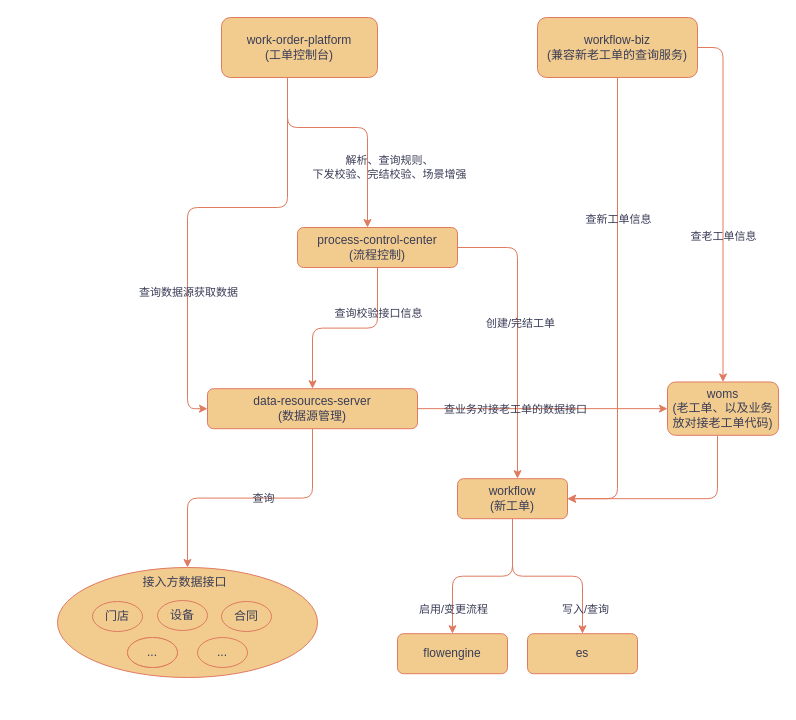
Earlier version of the draw.io diagram 工单架构.drawio (330129161/draw.io). Source tidied: cells renumbered, new cells numbered last; positions are measured from the earlier drawing's top-left corner, leaving out a move shared by most shapes. Both pictures are drawn from the tidied source at 100%, with x=0, y=0 at pixel (57, 17).
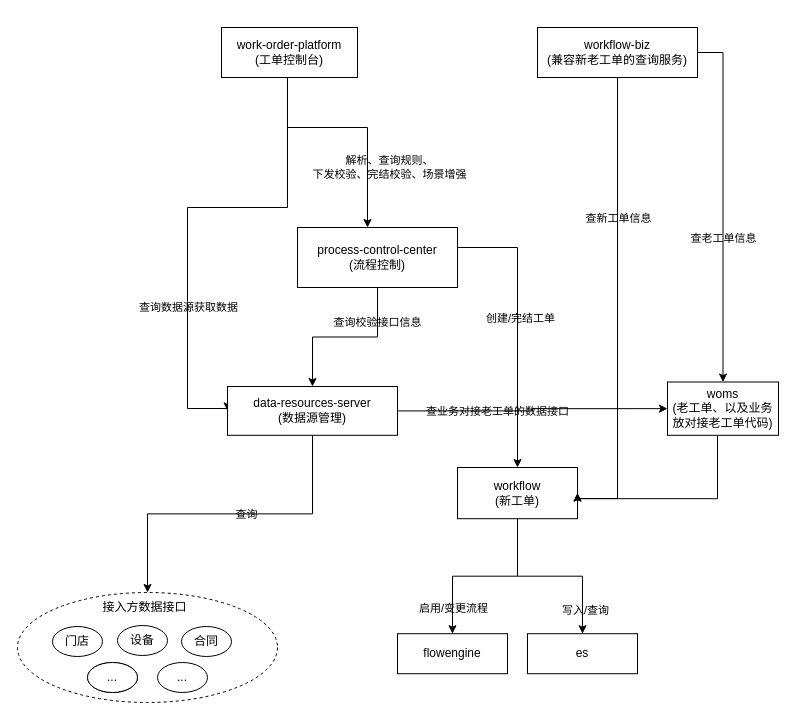
After the change.

Commit message (it also covers changes not shown here):
更新工单架构.drawio

Diff of the diagram source:
```diff
@@
-    <mxCell id="2" style="edgeStyle=orthogonalEdgeStyle;rounded=1;jettySize=auto;html=1;labelBackgroundColor=none;fontColor=default;strokeColor=#E07A5F;" parent="1" edge="1" source="6" target="11">
+    <mxCell id="2" style="edgeStyle=orthogonalEdgeStyle;rounded=0;jettySize=auto;html=1;labelBackgroundColor=none;fontColor=default;" parent="1" edge="1" source="6" target="11">
       <mxGeometry relative="1" as="geometry">
         <Array as="points">
           <mxPoint x="230" y="110" />
           <mxPoint x="310" y="110" />
         </Array>
       </mxGeometry>
     </mxCell>
-    <mxCell id="3" value="解析、查询规则、&lt;br&gt;下发校验、完结校验、场景增强" style="edgeLabel;html=1;align=center;verticalAlign=middle;labelBackgroundColor=none;rounded=1;fontColor=#393C56;" parent="2" vertex="1">
+    <mxCell id="3" value="解析、查询规则、&lt;br&gt;下发校验、完结校验、场景增强" style="edgeLabel;html=1;align=center;verticalAlign=middle;labelBackgroundColor=none;rounded=0;" parent="2" vertex="1">
       <mxGeometry x="0.26" y="-1" relative="1" as="geometry">
         <mxPoint x="22" y="24" as="offset" />
       </mxGeometry>
     </mxCell>
-    <mxCell id="4" style="edgeStyle=orthogonalEdgeStyle;rounded=1;jettySize=auto;html=1;entryX=0;entryY=0.5;entryDx=0;entryDy=0;labelBackgroundColor=none;fontColor=default;strokeColor=#E07A5F;" parent="1" edge="1" source="6" target="16">
+    <mxCell id="4" style="edgeStyle=orthogonalEdgeStyle;rounded=0;jettySize=auto;html=1;entryX=0;entryY=0.5;entryDx=0;entryDy=0;labelBackgroundColor=none;fontColor=default;" parent="1" edge="1" source="6" target="16">
       <mxGeometry relative="1" as="geometry">
         <Array as="points">
           <mxPoint x="230" y="190" />
           <mxPoint x="130" y="190" />
           <mxPoint x="130" y="391" />
         </Array>
       </mxGeometry>
     </mxCell>
-    <mxCell id="5" value="查询数据源获取数据" style="edgeLabel;html=1;align=center;verticalAlign=middle;labelBackgroundColor=none;rounded=1;fontColor=#393C56;" parent="4" vertex="1">
+    <mxCell id="5" value="查询数据源获取数据" style="edgeLabel;html=1;align=center;verticalAlign=middle;labelBackgroundColor=none;rounded=0;" parent="4" vertex="1">
       <mxGeometry x="0.39" relative="1" as="geometry" />
     </mxCell>
-    <mxCell id="6" value="work-order-platform&lt;br&gt;(工单控制台)" style="rounded=1;whiteSpace=wrap;html=1;labelBackgroundColor=none;fillColor=#F2CC8F;strokeColor=#E07A5F;fontColor=#393C56;" parent="1" vertex="1">
-      <mxGeometry x="164" width="156" height="60" as="geometry" />
+    <mxCell id="6" value="work-order-platform&lt;br&gt;(工单控制台)" style="rounded=0;whiteSpace=wrap;html=1;labelBackgroundColor=none;" parent="1" vertex="1">
+      <mxGeometry x="164" y="10" width="136" height="50" as="geometry" />
     </mxCell>
-    <mxCell id="7" style="edgeStyle=orthogonalEdgeStyle;rounded=1;jettySize=auto;html=1;entryX=0.5;entryY=0;entryDx=0;entryDy=0;labelBackgroundColor=none;fontColor=default;strokeColor=#E07A5F;" parent="1" edge="1" source="11" target="16">
+    <mxCell id="7" style="edgeStyle=orthogonalEdgeStyle;rounded=0;jettySize=auto;html=1;entryX=0.5;entryY=0;entryDx=0;entryDy=0;labelBackgroundColor=none;fontColor=default;" parent="1" edge="1" source="11" target="16">
       <mxGeometry relative="1" as="geometry" />
     </mxCell>
-    <mxCell id="8" value="查询校验接口信息" style="edgeLabel;html=1;align=center;verticalAlign=middle;labelBackgroundColor=none;rounded=1;fontColor=#393C56;" parent="7" vertex="1">
+    <mxCell id="8" value="查询校验接口信息" style="edgeLabel;html=1;align=center;verticalAlign=middle;labelBackgroundColor=none;rounded=0;" parent="7" vertex="1">
       <mxGeometry x="-0.1" y="1" relative="1" as="geometry">
         <mxPoint x="24" y="-16" as="offset" />
       </mxGeometry>
     </mxCell>
-    <mxCell id="9" style="edgeStyle=orthogonalEdgeStyle;rounded=1;jettySize=auto;html=1;labelBackgroundColor=none;fontColor=default;strokeColor=#E07A5F;" parent="1" edge="1" source="11" target="21">
+    <mxCell id="9" style="edgeStyle=orthogonalEdgeStyle;rounded=0;jettySize=auto;html=1;labelBackgroundColor=none;fontColor=default;" parent="1" edge="1" source="11" target="21">
       <mxGeometry relative="1" as="geometry">
         <Array as="points">
           <mxPoint x="460" y="230" />
         </Array>
       </mxGeometry>
     </mxCell>
-    <mxCell id="10" value="创建/完结工单" style="edgeLabel;html=1;align=center;verticalAlign=middle;labelBackgroundColor=none;rounded=1;fontColor=#393C56;" parent="9" vertex="1">
+    <mxCell id="10" value="创建/完结工单" style="edgeLabel;html=1;align=center;verticalAlign=middle;labelBackgroundColor=none;rounded=0;" parent="9" vertex="1">
       <mxGeometry x="-0.07" y="2" relative="1" as="geometry" />
     </mxCell>
-    <mxCell id="11" value="process-control-center&lt;br&gt;(流程控制)" style="rounded=1;whiteSpace=wrap;html=1;labelBackgroundColor=none;fillColor=#F2CC8F;strokeColor=#E07A5F;fontColor=#393C56;" parent="1" vertex="1">
-      <mxGeometry x="240" y="210" width="160" height="40" as="geometry" />
+    <mxCell id="11" value="process-control-center&lt;br&gt;(流程控制)" style="rounded=0;whiteSpace=wrap;html=1;labelBackgroundColor=none;" parent="1" vertex="1">
+      <mxGeometry x="240" y="210" width="160" height="60" as="geometry" />
     </mxCell>
-    <mxCell id="12" style="edgeStyle=orthogonalEdgeStyle;rounded=1;jettySize=auto;html=1;entryX=0.5;entryY=0;entryDx=0;entryDy=0;labelBackgroundColor=none;fontColor=default;strokeColor=#E07A5F;" parent="1" edge="1" source="16" target="31">
+    <mxCell id="12" style="edgeStyle=orthogonalEdgeStyle;rounded=0;jettySize=auto;html=1;entryX=0.5;entryY=0;entryDx=0;entryDy=0;labelBackgroundColor=none;fontColor=default;" parent="1" edge="1" source="16" target="31">
       <mxGeometry relative="1" as="geometry" />
     </mxCell>
-    <mxCell id="13" value="查询" style="edgeLabel;html=1;align=center;verticalAlign=middle;labelBackgroundColor=none;rounded=1;fontColor=#393C56;" parent="12" vertex="1">
+    <mxCell id="13" value="查询" style="edgeLabel;html=1;align=center;verticalAlign=middle;labelBackgroundColor=none;rounded=0;" parent="12" vertex="1">
       <mxGeometry x="-0.1" y="4" relative="1" as="geometry">
         <mxPoint y="-4" as="offset" />
       </mxGeometry>
     </mxCell>
-    <mxCell id="14" style="edgeStyle=orthogonalEdgeStyle;rounded=1;jettySize=auto;html=1;entryX=0;entryY=0.5;entryDx=0;entryDy=0;labelBackgroundColor=none;fontColor=default;strokeColor=#E07A5F;" parent="1" edge="1" source="16" target="28">
+    <mxCell id="14" style="edgeStyle=orthogonalEdgeStyle;rounded=0;jettySize=auto;html=1;entryX=0;entryY=0.5;entryDx=0;entryDy=0;labelBackgroundColor=none;fontColor=default;" parent="1" edge="1" source="16" target="28">
       <mxGeometry relative="1" as="geometry" />
     </mxCell>
-    <mxCell id="15" value="查业务对接老工单的数据接口" style="edgeLabel;html=1;align=center;verticalAlign=middle;labelBackgroundColor=none;rounded=1;fontColor=#393C56;" parent="14" vertex="1">
+    <mxCell id="15" value="查业务对接老工单的数据接口" style="edgeLabel;html=1;align=center;verticalAlign=middle;labelBackgroundColor=none;rounded=0;" parent="14" vertex="1">
       <mxGeometry x="-0.74" y="1" relative="1" as="geometry">
         <mxPoint x="64" y="1" as="offset" />
       </mxGeometry>
     </mxCell>
-    <mxCell id="16" value="data-resources-server&lt;br&gt;(数据源管理)" style="rounded=1;whiteSpace=wrap;html=1;labelBackgroundColor=none;fillColor=#F2CC8F;strokeColor=#E07A5F;fontColor=#393C56;" parent="1" vertex="1">
-      <mxGeometry x="150" y="371.2" width="210" height="40" as="geometry" />
+    <mxCell id="16" value="data-resources-server&lt;br&gt;(数据源管理)" style="rounded=0;whiteSpace=wrap;html=1;labelBackgroundColor=none;" parent="1" vertex="1">
+      <mxGeometry x="170" y="369" width="170" height="48.8" as="geometry" />
     </mxCell>
-    <mxCell id="17" style="edgeStyle=orthogonalEdgeStyle;rounded=1;jettySize=auto;html=1;entryX=0.5;entryY=0;entryDx=0;entryDy=0;labelBackgroundColor=none;fontColor=default;strokeColor=#E07A5F;" parent="1" edge="1" source="21" target="29">
+    <mxCell id="17" style="edgeStyle=orthogonalEdgeStyle;rounded=0;jettySize=auto;html=1;entryX=0.5;entryY=0;entryDx=0;entryDy=0;labelBackgroundColor=none;fontColor=default;" parent="1" edge="1" source="21" target="29">
       <mxGeometry relative="1" as="geometry" />
     </mxCell>
-    <mxCell id="18" value="启用/变更流程" style="edgeLabel;html=1;align=center;verticalAlign=middle;labelBackgroundColor=none;rounded=1;fontColor=#393C56;" parent="17" vertex="1">
+    <mxCell id="18" value="启用/变更流程" style="edgeLabel;html=1;align=center;verticalAlign=middle;labelBackgroundColor=none;rounded=0;" parent="17" vertex="1">
       <mxGeometry x="0.55" y="-1" relative="1" as="geometry">
         <mxPoint x="1" y="14" as="offset" />
       </mxGeometry>
     </mxCell>
-    <mxCell id="19" style="edgeStyle=orthogonalEdgeStyle;rounded=1;jettySize=auto;html=1;labelBackgroundColor=none;fontColor=default;strokeColor=#E07A5F;" parent="1" edge="1" source="21" target="30">
+    <mxCell id="19" style="edgeStyle=orthogonalEdgeStyle;rounded=0;jettySize=auto;html=1;labelBackgroundColor=none;fontColor=default;" parent="1" edge="1" source="21" target="30">
       <mxGeometry relative="1" as="geometry" />
     </mxCell>
-    <mxCell id="20" value="写入/查询" style="edgeLabel;html=1;align=center;verticalAlign=middle;labelBackgroundColor=none;rounded=1;fontColor=#393C56;" parent="19" vertex="1">
+    <mxCell id="20" value="写入/查询" style="edgeLabel;html=1;align=center;verticalAlign=middle;labelBackgroundColor=none;rounded=0;" parent="19" vertex="1">
       <mxGeometry x="0.73" y="2" relative="1" as="geometry" />
     </mxCell>
-    <mxCell id="21" value="workflow&lt;br&gt;(新工单)" style="rounded=1;whiteSpace=wrap;html=1;labelBackgroundColor=none;fillColor=#F2CC8F;strokeColor=#E07A5F;fontColor=#393C56;" parent="1" vertex="1">
-      <mxGeometry x="400" y="461.2" width="110" height="40" as="geometry" />
+    <mxCell id="21" value="workflow&lt;br&gt;(新工单)" style="rounded=0;whiteSpace=wrap;html=1;labelBackgroundColor=none;" parent="1" vertex="1">
+      <mxGeometry x="400" y="450" width="120" height="51.2" as="geometry" />
     </mxCell>
-    <mxCell id="22" style="edgeStyle=orthogonalEdgeStyle;rounded=1;jettySize=auto;html=1;entryX=1;entryY=0.5;entryDx=0;entryDy=0;labelBackgroundColor=none;fontColor=default;strokeColor=#E07A5F;" parent="1" edge="1" source="26" target="21">
+    <mxCell id="22" style="edgeStyle=orthogonalEdgeStyle;rounded=0;jettySize=auto;html=1;entryX=1;entryY=0.5;entryDx=0;entryDy=0;labelBackgroundColor=none;fontColor=default;" parent="1" edge="1" source="26" target="21">
       <mxGeometry relative="1" as="geometry">
         <Array as="points">
           <mxPoint x="560" y="481" />
         </Array>
       </mxGeometry>
     </mxCell>
-    <mxCell id="23" value="查新工单信息" style="edgeLabel;html=1;align=center;verticalAlign=middle;labelBackgroundColor=none;rounded=1;fontColor=#393C56;" parent="22" vertex="1">
+    <mxCell id="23" value="查新工单信息" style="edgeLabel;html=1;align=center;verticalAlign=middle;labelBackgroundColor=none;rounded=0;" parent="22" vertex="1">
       <mxGeometry x="-0.4" relative="1" as="geometry" />
     </mxCell>
-    <mxCell id="24" style="edgeStyle=orthogonalEdgeStyle;rounded=1;jettySize=auto;html=1;entryX=0.5;entryY=0;entryDx=0;entryDy=0;exitX=1;exitY=0.5;exitDx=0;exitDy=0;labelBackgroundColor=none;fontColor=default;strokeColor=#E07A5F;" parent="1" edge="1" source="26" target="28">
+    <mxCell id="24" style="edgeStyle=orthogonalEdgeStyle;rounded=0;jettySize=auto;html=1;entryX=0.5;entryY=0;entryDx=0;entryDy=0;exitX=1;exitY=0.5;exitDx=0;exitDy=0;labelBackgroundColor=none;fontColor=default;" parent="1" edge="1" source="26" target="28">
       <mxGeometry relative="1" as="geometry" />
     </mxCell>
-    <mxCell id="25" value="查老工单信息" style="edgeLabel;html=1;align=center;verticalAlign=middle;labelBackgroundColor=none;rounded=1;fontColor=#393C56;" parent="24" vertex="1">
+    <mxCell id="25" value="查老工单信息" style="edgeLabel;html=1;align=center;verticalAlign=middle;labelBackgroundColor=none;rounded=0;" parent="24" vertex="1">
       <mxGeometry x="0.19" relative="1" as="geometry" />
     </mxCell>
-    <mxCell id="26" value="workflow-biz&lt;br&gt;(兼容新老工单的查询服务)" style="rounded=1;whiteSpace=wrap;html=1;labelBackgroundColor=none;fillColor=#F2CC8F;strokeColor=#E07A5F;fontColor=#393C56;" parent="1" vertex="1">
-      <mxGeometry x="480" width="160" height="60" as="geometry" />
+    <mxCell id="26" value="workflow-biz&lt;br&gt;(兼容新老工单的查询服务)" style="rounded=0;whiteSpace=wrap;html=1;labelBackgroundColor=none;" parent="1" vertex="1">
+      <mxGeometry x="480" y="10" width="160" height="50" as="geometry" />
     </mxCell>
-    <mxCell id="27" style="edgeStyle=orthogonalEdgeStyle;rounded=1;jettySize=auto;html=1;entryX=1;entryY=0.5;entryDx=0;entryDy=0;labelBackgroundColor=none;fontColor=default;strokeColor=#E07A5F;" parent="1" edge="1" source="28" target="21">
+    <mxCell id="27" style="edgeStyle=orthogonalEdgeStyle;rounded=0;jettySize=auto;html=1;entryX=1;entryY=0.5;entryDx=0;entryDy=0;labelBackgroundColor=none;fontColor=default;" parent="1" edge="1" source="28" target="21">
       <mxGeometry relative="1" as="geometry">
         <Array as="points">
           <mxPoint x="660" y="481.2" />
         </Array>
       </mxGeometry>
     </mxCell>
-    <mxCell id="28" value="woms&lt;br&gt;(老工单、以及业务放对接老工单代码)" style="rounded=1;whiteSpace=wrap;html=1;labelBackgroundColor=none;fillColor=#F2CC8F;strokeColor=#E07A5F;fontColor=#393C56;" parent="1" vertex="1">
+    <mxCell id="28" value="woms&lt;br&gt;(老工单、以及业务放对接老工单代码)" style="rounded=0;whiteSpace=wrap;html=1;labelBackgroundColor=none;" parent="1" vertex="1">
       <mxGeometry x="610" y="364.5" width="111" height="53.3" as="geometry" />
     </mxCell>
-    <mxCell id="29" value="flowengine" style="rounded=1;whiteSpace=wrap;html=1;labelBackgroundColor=none;fillColor=#F2CC8F;strokeColor=#E07A5F;fontColor=#393C56;" parent="1" vertex="1">
+    <mxCell id="29" value="flowengine" style="rounded=0;whiteSpace=wrap;html=1;labelBackgroundColor=none;" parent="1" vertex="1">
       <mxGeometry x="340" y="616.2" width="110" height="40" as="geometry" />
     </mxCell>
-    <mxCell id="30" value="es" style="rounded=1;whiteSpace=wrap;html=1;labelBackgroundColor=none;fillColor=#F2CC8F;strokeColor=#E07A5F;fontColor=#393C56;" parent="1" vertex="1">
+    <mxCell id="30" value="es" style="rounded=0;whiteSpace=wrap;html=1;labelBackgroundColor=none;" parent="1" vertex="1">
       <mxGeometry x="470" y="616.2" width="110" height="40" as="geometry" />
     </mxCell>
-    <mxCell id="31" style="ellipse;whiteSpace=wrap;html=1;labelBackgroundColor=none;rounded=1;fillColor=#F2CC8F;strokeColor=#E07A5F;fontColor=#393C56;" parent="1" vertex="1">
-      <mxGeometry y="550" width="260" height="110" as="geometry" />
+    <mxCell id="31" style="ellipse;whiteSpace=wrap;html=1;labelBackgroundColor=none;rounded=0;dashed=1;" parent="1" vertex="1">
+      <mxGeometry x="-40" y="575" width="260" height="110" as="geometry" />
     </mxCell>
-    <mxCell id="32" value="门店" style="ellipse;whiteSpace=wrap;html=1;labelBackgroundColor=none;rounded=1;fillColor=#F2CC8F;strokeColor=#E07A5F;fontColor=#393C56;" parent="1" vertex="1">
-      <mxGeometry x="35" y="584" width="50" height="30" as="geometry" />
+    <mxCell id="32" value="门店" style="ellipse;whiteSpace=wrap;html=1;labelBackgroundColor=none;rounded=0;" parent="1" vertex="1">
+      <mxGeometry x="-5" y="609" width="50" height="30" as="geometry" />
     </mxCell>
-    <mxCell id="33" value="设备" style="ellipse;whiteSpace=wrap;html=1;labelBackgroundColor=none;rounded=1;fillColor=#F2CC8F;strokeColor=#E07A5F;fontColor=#393C56;" parent="1" vertex="1">
-      <mxGeometry x="100" y="583" width="50" height="30" as="geometry" />
+    <mxCell id="33" value="设备" style="ellipse;whiteSpace=wrap;html=1;labelBackgroundColor=none;rounded=0;" parent="1" vertex="1">
+      <mxGeometry x="60" y="608" width="50" height="30" as="geometry" />
     </mxCell>
-    <mxCell id="34" value="合同" style="ellipse;whiteSpace=wrap;html=1;labelBackgroundColor=none;rounded=1;fillColor=#F2CC8F;strokeColor=#E07A5F;fontColor=#393C56;" parent="1" vertex="1">
-      <mxGeometry x="164" y="584" width="50" height="30" as="geometry" />
+    <mxCell id="34" value="合同" style="ellipse;whiteSpace=wrap;html=1;labelBackgroundColor=none;rounded=0;" parent="1" vertex="1">
+      <mxGeometry x="124" y="609" width="50" height="30" as="geometry" />
     </mxCell>
-    <mxCell id="35" style="ellipse;whiteSpace=wrap;html=1;labelBackgroundColor=none;rounded=1;fillColor=#F2CC8F;strokeColor=#E07A5F;fontColor=#393C56;" parent="1" vertex="1">
-      <mxGeometry x="70" y="620" width="50" height="30" as="geometry" />
+    <mxCell id="35" style="ellipse;whiteSpace=wrap;html=1;labelBackgroundColor=none;rounded=0;" parent="1" vertex="1">
+      <mxGeometry x="30" y="645" width="50" height="30" as="geometry" />
     </mxCell>
-    <mxCell id="36" value="..." style="ellipse;whiteSpace=wrap;html=1;labelBackgroundColor=none;rounded=1;fillColor=#F2CC8F;strokeColor=#E07A5F;fontColor=#393C56;" parent="1" vertex="1">
-      <mxGeometry x="70" y="620" width="50" height="30" as="geometry" />
+    <mxCell id="36" value="..." style="ellipse;whiteSpace=wrap;html=1;labelBackgroundColor=none;rounded=0;" parent="1" vertex="1">
+      <mxGeometry x="30" y="645" width="50" height="30" as="geometry" />
     </mxCell>
-    <mxCell id="37" value="..." style="ellipse;whiteSpace=wrap;html=1;labelBackgroundColor=none;rounded=1;fillColor=#F2CC8F;strokeColor=#E07A5F;fontColor=#393C56;" parent="1" vertex="1">
-      <mxGeometry x="140" y="620" width="50" height="30" as="geometry" />
+    <mxCell id="37" value="..." style="ellipse;whiteSpace=wrap;html=1;labelBackgroundColor=none;rounded=0;" parent="1" vertex="1">
+      <mxGeometry x="100" y="645" width="50" height="30" as="geometry" />
     </mxCell>
-    <mxCell id="38" value="接入方数据接口" style="text;html=1;strokeColor=none;fillColor=none;align=center;verticalAlign=middle;whiteSpace=wrap;rounded=1;labelBackgroundColor=none;fontColor=#393C56;" parent="1" vertex="1">
-      <mxGeometry x="70" y="550" width="115" height="30" as="geometry" />
+    <mxCell id="38" value="接入方数据接口" style="text;html=1;strokeColor=none;fillColor=none;align=center;verticalAlign=middle;whiteSpace=wrap;rounded=0;labelBackgroundColor=none;" parent="1" vertex="1">
+      <mxGeometry x="30" y="575" width="115" height="30" as="geometry" />
     </mxCell>
```
